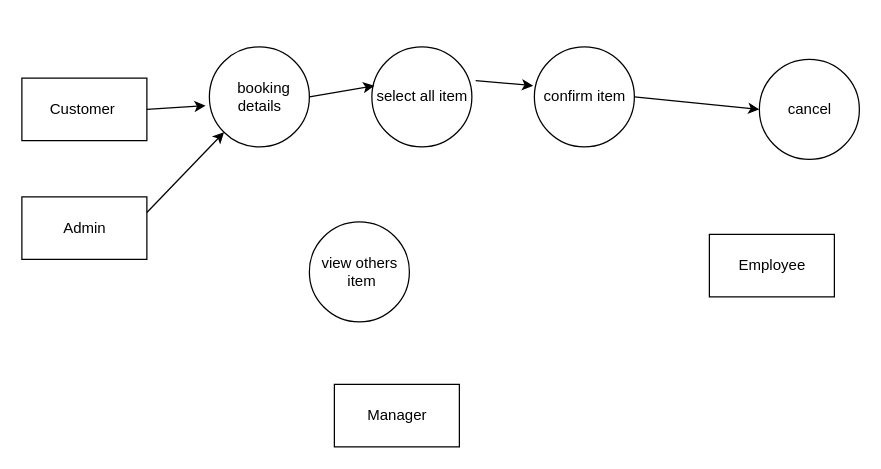
Earlier version of the draw.io diagram 2nd level/Untitled Diagram.drawio (ssaymanasrin10/sp2). Source tidied: cells renumbered, new cells numbered last; positions are measured from the earlier drawing's top-left corner, leaving out a move shared by most shapes. Both pictures are drawn from the tidied source at 125%, with x=0, y=0 at pixel (21, 46).
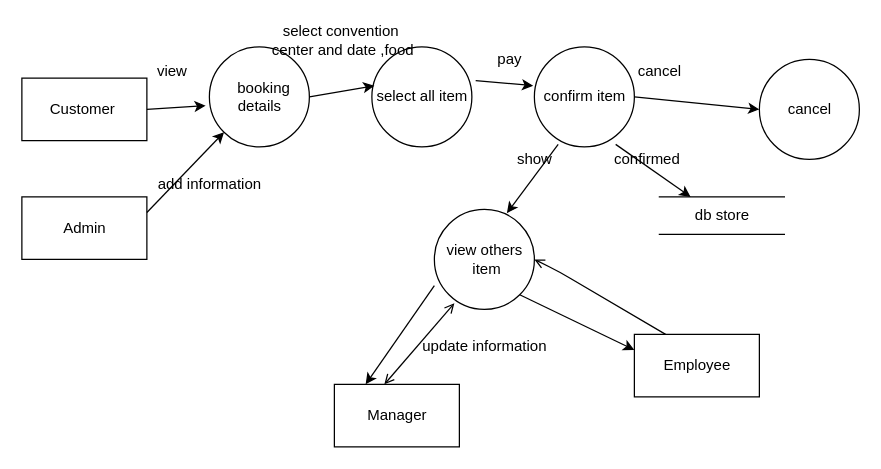
The same page after the edit.

Unchanged cells that the change refers to:
```xml
<mxCell id="4" value="confirm item" style="shape=ellipse;html=1;dashed=0;whitespace=wrap;perimeter=ellipsePerimeter;" parent="1" vertex="1">
  <mxGeometry x="410" width="80" height="80" as="geometry" />
</mxCell>
<mxCell id="7" value="Manager" style="html=1;dashed=0;whitespace=wrap;" parent="1" vertex="1">
  <mxGeometry x="250" y="270" width="100" height="50" as="geometry" />
</mxCell>
```

What changed in the source:
```diff
@@
     <mxCell id="2" value="view others&lt;br&gt;&amp;nbsp;item" style="shape=ellipse;html=1;dashed=0;whitespace=wrap;perimeter=ellipsePerimeter;" parent="1" vertex="1">
-      <mxGeometry x="230" y="140" width="80" height="80" as="geometry" />
+      <mxGeometry x="330" y="130" width="80" height="80" as="geometry" />
     </mxCell>
@@
     <mxCell id="8" value="Employee" style="html=1;dashed=0;whitespace=wrap;" parent="1" vertex="1">
-      <mxGeometry x="550" y="150" width="100" height="50" as="geometry" />
+      <mxGeometry x="490" y="230" width="100" height="50" as="geometry" />
     </mxCell>
@@
+    <mxCell id="16" style="endArrow=classic;html=1;exitX=0.238;exitY=0.975;exitDx=0;exitDy=0;exitPerimeter=0;entryX=0.725;entryY=0.038;entryDx=0;entryDy=0;entryPerimeter=0;" parent="1" edge="1" source="4" target="2">
+      <mxGeometry relative="1" as="geometry" />
+    </mxCell>
+    <mxCell id="17" style="endArrow=classic;html=1;exitX=0;exitY=0.763;exitDx=0;exitDy=0;exitPerimeter=0;entryX=0.25;entryY=0;entryDx=0;entryDy=0;" parent="1" edge="1" source="2" target="7">
+      <mxGeometry relative="1" as="geometry" />
+    </mxCell>
+    <mxCell id="18" style="endArrow=open;html=1;exitX=0.2;exitY=0.938;exitDx=0;exitDy=0;exitPerimeter=0;entryX=0.4;entryY=0;entryDx=0;entryDy=0;entryPerimeter=0;startArrow=open;startFill=0;endFill=0;" parent="1" edge="1" source="2" target="7">
+      <mxGeometry relative="1" as="geometry" />
+    </mxCell>
+    <mxCell id="19" style="endArrow=none;html=1;entryX=0.25;entryY=0;entryDx=0;entryDy=0;exitX=1;exitY=0.5;exitDx=0;exitDy=0;endFill=0;startArrow=open;startFill=0;" parent="1" edge="1" source="2" target="8">
+      <mxGeometry relative="1" as="geometry">
+        <Array as="points">
+          <mxPoint x="430" y="180" />
+        </Array>
+      </mxGeometry>
+    </mxCell>
+    <mxCell id="20" style="endArrow=classic;html=1;entryX=0;entryY=0.25;entryDx=0;entryDy=0;exitX=1;exitY=1;exitDx=0;exitDy=0;" parent="1" edge="1" source="2" target="8">
+      <mxGeometry relative="1" as="geometry" />
+    </mxCell>
+    <mxCell id="21" value="db store" style="html=1;dashed=0;whitespace=wrap;shape=partialRectangle;right=0;left=0;" parent="1" vertex="1">
+      <mxGeometry x="510" y="120" width="100" height="30" as="geometry" />
+    </mxCell>
+    <mxCell id="22" style="endArrow=classic;html=1;entryX=0.25;entryY=0;entryDx=0;entryDy=0;exitX=0.813;exitY=0.975;exitDx=0;exitDy=0;fontStyle=1;exitPerimeter=0;" parent="1" edge="1" source="4" target="21">
+      <mxGeometry relative="1" as="geometry" />
+    </mxCell>
+    <mxCell id="23" value="view" style="text;html=1;align=center;verticalAlign=middle;strokeColor=none;" parent="1" vertex="1">
+      <mxGeometry x="100" y="10" width="40" height="20" as="geometry" />
+    </mxCell>
+    <mxCell id="24" value="select convention&lt;br&gt;&amp;nbsp;center and date ,food" style="text;html=1;align=center;verticalAlign=middle;strokeColor=none;" parent="1" vertex="1">
+      <mxGeometry x="190" y="-20" width="130" height="30" as="geometry" />
+    </mxCell>
+    <mxCell id="25" value="pay" style="text;html=1;align=center;verticalAlign=middle;strokeColor=none;" parent="1" vertex="1">
+      <mxGeometry x="375" width="30" height="20" as="geometry" />
+    </mxCell>
+    <mxCell id="26" value="cancel" style="text;html=1;align=center;verticalAlign=middle;strokeColor=none;" parent="1" vertex="1">
+      <mxGeometry x="485" y="10" width="50" height="20" as="geometry" />
+    </mxCell>
+    <mxCell id="27" value="show" style="text;html=1;align=center;verticalAlign=middle;strokeColor=none;" parent="1" vertex="1">
+      <mxGeometry x="390" y="80" width="40" height="20" as="geometry" />
+    </mxCell>
+    <mxCell id="28" value="confirmed" style="text;html=1;align=center;verticalAlign=middle;strokeColor=none;" parent="1" vertex="1">
+      <mxGeometry x="465" y="80" width="70" height="20" as="geometry" />
+    </mxCell>
+    <mxCell id="29" value="update information" style="text;html=1;align=center;verticalAlign=middle;strokeColor=none;" parent="1" vertex="1">
+      <mxGeometry x="315" y="230" width="110" height="20" as="geometry" />
+    </mxCell>
+    <mxCell id="30" value="add information" style="text;html=1;align=center;verticalAlign=middle;strokeColor=none;" parent="1" vertex="1">
+      <mxGeometry x="100" y="100" width="100" height="20" as="geometry" />
+    </mxCell>
```
